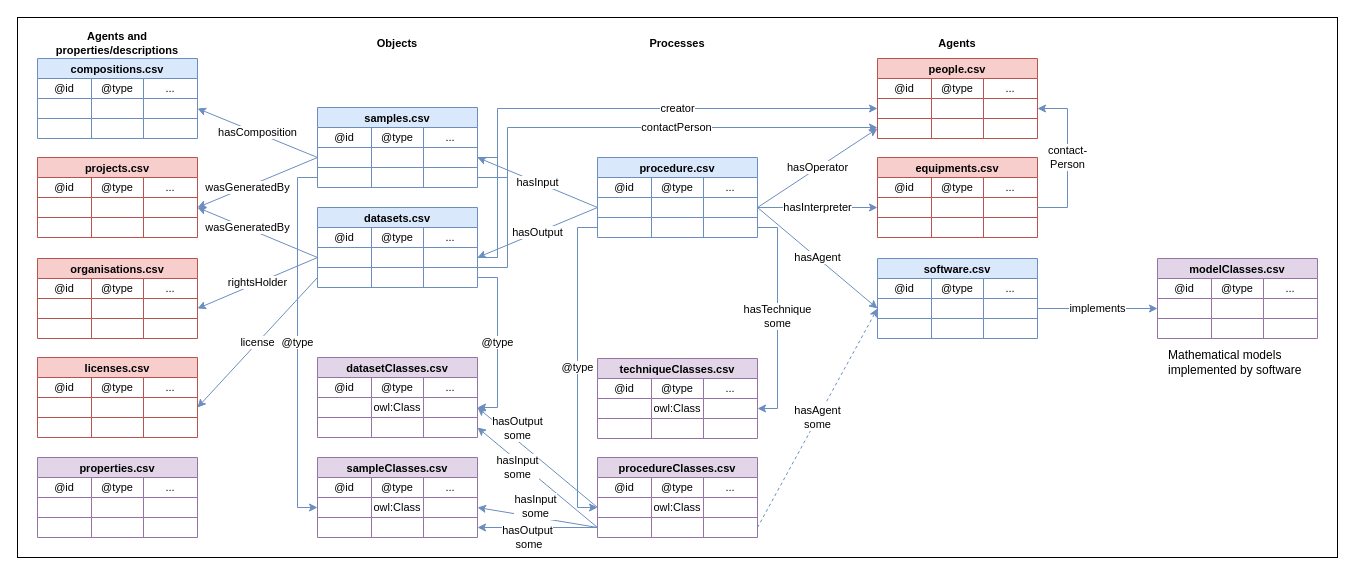
Earlier version of the draw.io diagram page "Documentation-tables" (1 of 3) of figs/linked-data.drawio (SINTEF/PhysMetDoc). Source tidied: cells renumbered, new cells numbered last; positions are measured from the earlier drawing's top-left corner, leaving out a move shared by most shapes. Both pictures are drawn from the tidied source at 100%, with x=0, y=0 at pixel (17, 17).
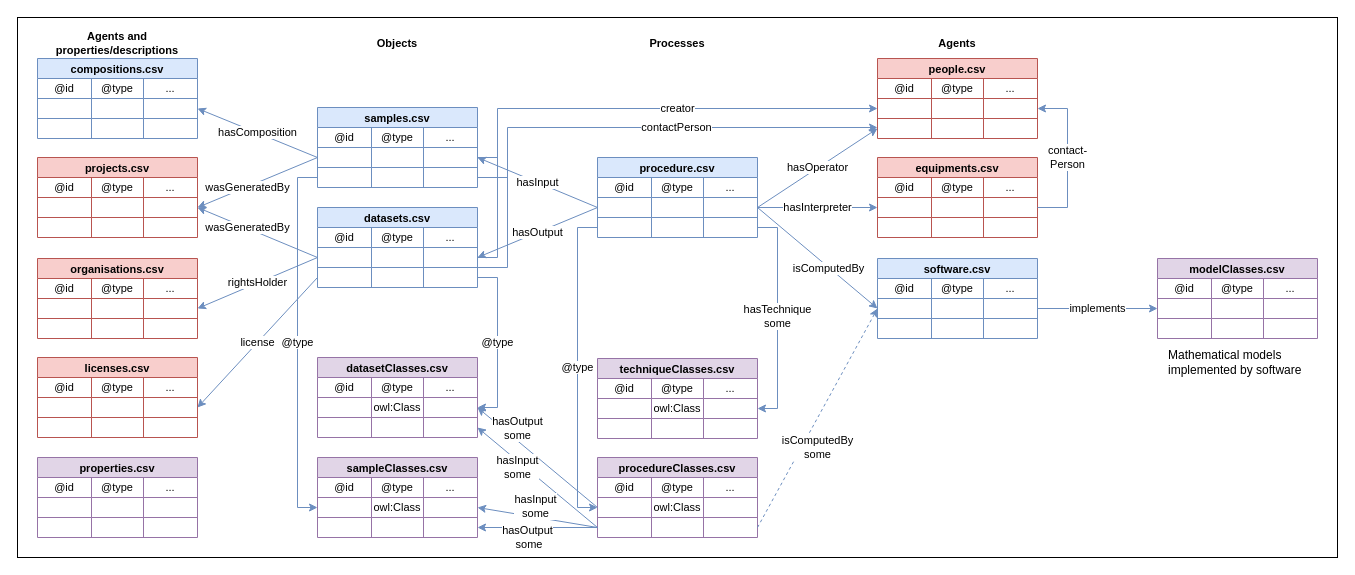
After the change.

Commit message (it also covers changes not shown here):
Updated frontpage figure again

Unchanged cells that the change refers to:
```xml
<mxCell id="34" style="shape=tableRow;horizontal=0;startSize=0;swimlaneHead=0;swimlaneBody=0;top=0;left=0;bottom=0;right=0;fillColor=none;points=[[0,0.5],[1,0.5]];portConstraint=eastwest;fontFamily=Helvetica;fontSize=11;fontColor=#000000;" parent="29" vertex="1">
  <mxGeometry y="40" width="160" height="20" as="geometry" />
</mxCell>
<mxCell id="117" style="shape=tableRow;horizontal=0;startSize=0;swimlaneHead=0;swimlaneBody=0;top=0;left=0;bottom=0;right=0;fillColor=none;points=[[0,0.5],[1,0.5]];portConstraint=eastwest;fontFamily=Helvetica;fontSize=11;fontColor=#000000;" parent="112" vertex="1">
  <mxGeometry y="40" width="160" height="20" as="geometry" />
</mxCell>
<mxCell id="138" style="shape=tableRow;horizontal=0;startSize=0;swimlaneHead=0;swimlaneBody=0;top=0;left=0;bottom=0;right=0;fillColor=none;points=[[0,0.5],[1,0.5]];portConstraint=eastwest;fontFamily=Helvetica;fontSize=11;fontColor=#000000;" parent="129" vertex="1">
  <mxGeometry y="60" width="160" height="20" as="geometry" />
</mxCell>
```

Change to the diagram source:
```diff
@@
-    <mxCell id="125" value="&lt;font&gt;hasAgent&lt;/font&gt;" style="edgeStyle=none;shape=connector;rounded=0;jettySize=auto;html=1;labelBackgroundColor=default;strokeColor=#6c8ebf;fontFamily=Helvetica;fontSize=11;fontColor=#000000;endArrow=classic;endFill=1;exitX=1;exitY=0.5;exitDx=0;exitDy=0;entryX=0;entryY=0.5;entryDx=0;entryDy=0;fillColor=#dae8fc;" parent="1" edge="1" source="34" target="117">
-      <mxGeometry relative="1" as="geometry" />
+    <mxCell id="125" value="&lt;font&gt;isComputedBy&lt;/font&gt;" style="edgeStyle=none;shape=connector;rounded=0;jettySize=auto;html=1;labelBackgroundColor=default;strokeColor=#6c8ebf;fontFamily=Helvetica;fontSize=11;fontColor=#000000;endArrow=classic;endFill=1;exitX=1;exitY=0.5;exitDx=0;exitDy=0;entryX=0;entryY=0.5;entryDx=0;entryDy=0;fillColor=#dae8fc;" parent="1" edge="1" source="34" target="117">
+      <mxGeometry x="0.18" y="-1" relative="1" as="geometry" />
     </mxCell>
@@
-    <mxCell id="159" value="&lt;font&gt;hasAgent&lt;br&gt;some&lt;br&gt;&lt;/font&gt;" style="edgeStyle=none;shape=connector;rounded=0;jettySize=auto;html=1;labelBackgroundColor=default;strokeColor=#6c8ebf;fontFamily=Helvetica;fontSize=11;fontColor=#000000;endArrow=classic;endFill=1;exitX=1;exitY=0.5;exitDx=0;exitDy=0;entryX=0;entryY=0.5;entryDx=0;entryDy=0;fillColor=#dae8fc;dashed=1;" parent="1" edge="1" source="138" target="117">
-      <mxGeometry relative="1" as="geometry" />
+    <mxCell id="159" value="&lt;font&gt;isComputedBy&lt;br&gt;some&lt;br&gt;&lt;/font&gt;" style="edgeStyle=none;shape=connector;rounded=0;jettySize=auto;html=1;labelBackgroundColor=default;strokeColor=#6c8ebf;fontFamily=Helvetica;fontSize=11;fontColor=#000000;endArrow=classic;endFill=1;exitX=1;exitY=0.5;exitDx=0;exitDy=0;entryX=0;entryY=0.5;entryDx=0;entryDy=0;fillColor=#dae8fc;dashed=1;" parent="1" edge="1" source="138" target="117">
+      <mxGeometry x="-0.21" y="-14" relative="1" as="geometry" />
     </mxCell>
```
